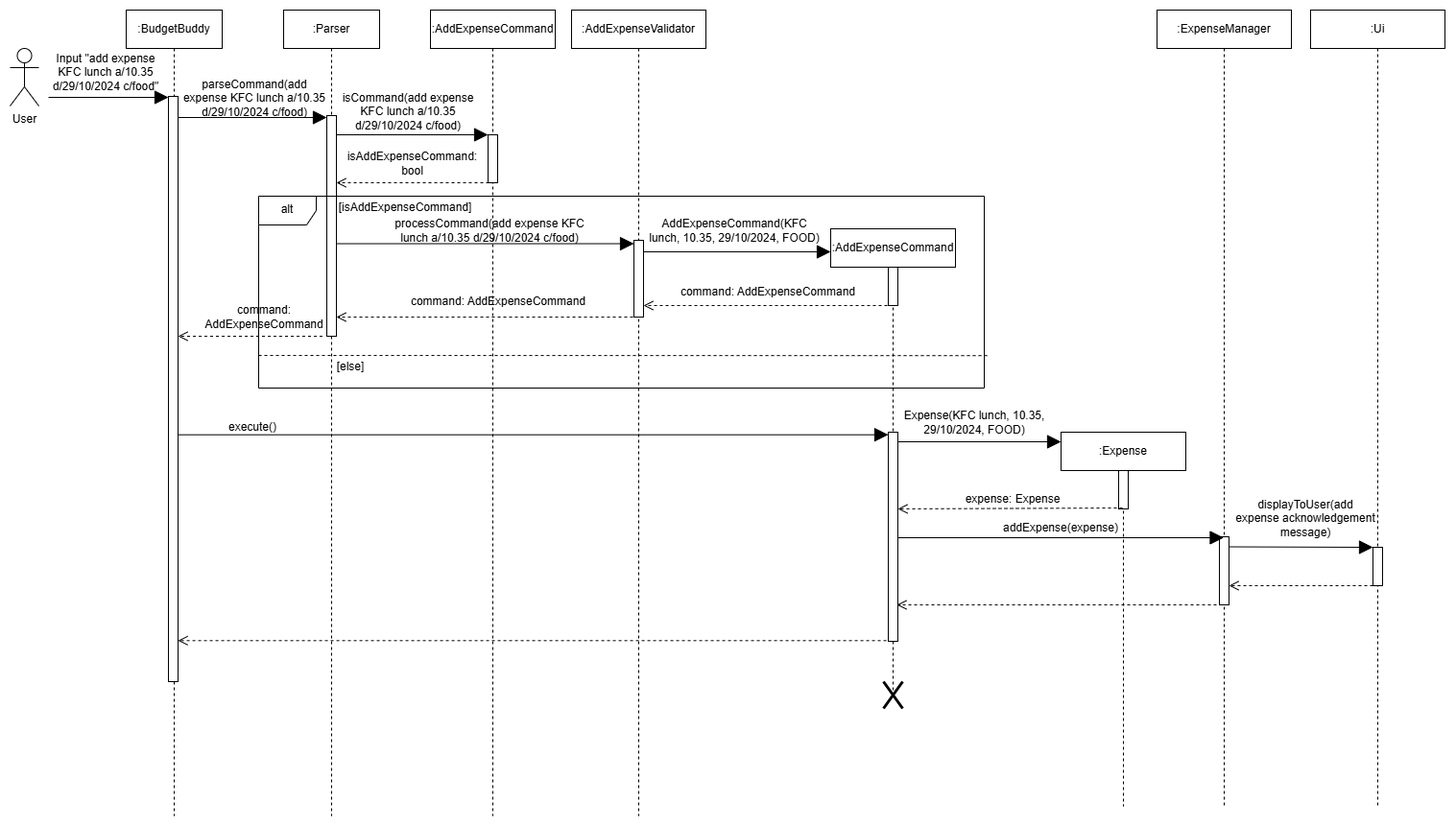
This is docs/diagrams/AddExpenseSequenceDiagram.drawio.png from telferang/tp, a draw.io export, as it was before one commit. Source tidied: cells renumbered, new cells last; positions are measured from the earlier drawing's top-left corner, leaving out a move shared by most shapes.
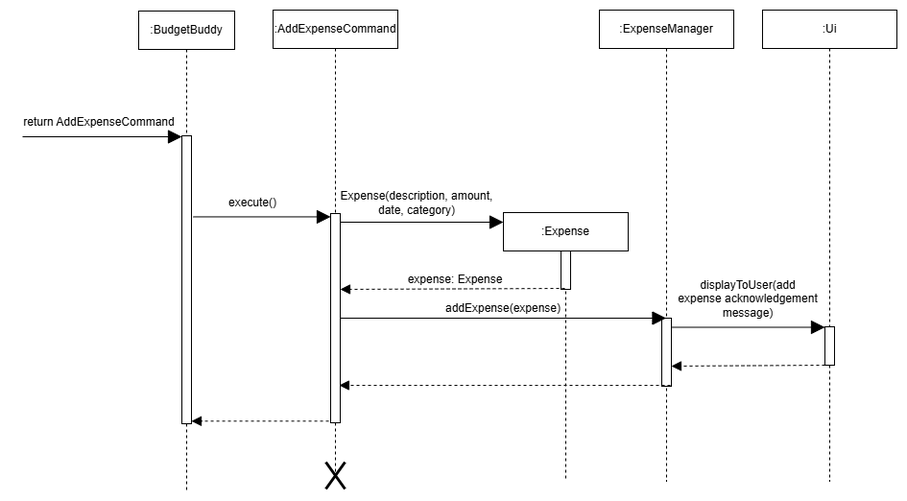
After the change.

Diff of the diagram source:
```diff
@@ -3,208 +3,101 @@
     <mxCell id="0" />
     <mxCell id="1" parent="0" />
     <mxCell id="2" value=":BudgetBuddy" style="shape=umlLifeline;perimeter=lifelinePerimeter;whiteSpace=wrap;html=1;newEdgeStyle={&quot;edgeStyle&quot;:&quot;elbowEdgeStyle&quot;,&quot;elbow&quot;:&quot;vertical&quot;,&quot;curved&quot;:0,&quot;rounded&quot;:0};" parent="1" vertex="1">
-      <mxGeometry x="121" width="100" height="840" as="geometry" />
+      <mxGeometry x="715" y="230" width="100" height="500" as="geometry" />
     </mxCell>
-    <mxCell id="3" style="html=1;points=[[0,0,0,0,5],[0,1,0,0,-5],[1,0,0,0,5],[1,1,0,0,-5]];perimeter=orthogonalPerimeter;outlineConnect=0;targetShapes=umlLifeline;portConstraint=eastwest;newEdgeStyle={&quot;curved&quot;:0,&quot;rounded&quot;:0};" parent="2" vertex="1">
-      <mxGeometry x="44" y="90" width="10" height="610" as="geometry" />
-    </mxCell>
-    <mxCell id="4" style="endArrow=block;endFill=1;endSize=12;html=1;rounded=0;" parent="1" edge="1">
-      <mxGeometry relative="1" as="geometry">
-        <mxPoint x="40" y="91" as="sourcePoint" />
-        <mxPoint x="165" y="91" as="targetPoint" />
-      </mxGeometry>
-    </mxCell>
-    <mxCell id="5" value="&lt;font style=&quot;font-size: 12px;&quot;&gt;Input &quot;add expense KFC lunch a/10.35 d/29/10/2024 c/food&quot;&lt;/font&gt;" style="text;strokeColor=none;align=center;fillColor=none;html=1;verticalAlign=middle;whiteSpace=wrap;rounded=0;" parent="1" vertex="1">
-      <mxGeometry x="40" y="50" width="120" height="30" as="geometry" />
-    </mxCell>
-    <mxCell id="6" value=":Parser" style="shape=umlLifeline;perimeter=lifelinePerimeter;whiteSpace=wrap;html=1;newEdgeStyle={&quot;edgeStyle&quot;:&quot;elbowEdgeStyle&quot;,&quot;elbow&quot;:&quot;vertical&quot;,&quot;curved&quot;:0,&quot;rounded&quot;:0};" parent="1" vertex="1">
-      <mxGeometry x="285" width="100" height="840" as="geometry" />
-    </mxCell>
-    <mxCell id="7" style="html=1;points=[[0,0,0,0,5],[0,1,0,0,-5],[1,0,0,0,5],[1,1,0,0,-5]];perimeter=orthogonalPerimeter;outlineConnect=0;targetShapes=umlLifeline;portConstraint=eastwest;newEdgeStyle={&quot;curved&quot;:0,&quot;rounded&quot;:0};" parent="6" vertex="1">
-      <mxGeometry x="45" y="110" width="10" height="230" as="geometry" />
-    </mxCell>
-    <mxCell id="8" value=":AddExpenseCommand" style="shape=umlLifeline;perimeter=lifelinePerimeter;whiteSpace=wrap;html=1;newEdgeStyle={&quot;edgeStyle&quot;:&quot;elbowEdgeStyle&quot;,&quot;elbow&quot;:&quot;vertical&quot;,&quot;curved&quot;:0,&quot;rounded&quot;:0};" parent="1" vertex="1">
-      <mxGeometry x="438" width="130" height="840" as="geometry" />
-    </mxCell>
-    <mxCell id="9" style="html=1;points=[[0,0,0,0,5],[0,1,0,0,-5],[1,0,0,0,5],[1,1,0,0,-5]];perimeter=orthogonalPerimeter;outlineConnect=0;targetShapes=umlLifeline;portConstraint=eastwest;newEdgeStyle={&quot;curved&quot;:0,&quot;rounded&quot;:0};" parent="8" vertex="1">
-      <mxGeometry x="60" y="130" width="10" height="50" as="geometry" />
-    </mxCell>
-    <mxCell id="10" value=":AddExpenseValidator" style="shape=umlLifeline;perimeter=lifelinePerimeter;whiteSpace=wrap;html=1;newEdgeStyle={&quot;edgeStyle&quot;:&quot;elbowEdgeStyle&quot;,&quot;elbow&quot;:&quot;vertical&quot;,&quot;curved&quot;:0,&quot;rounded&quot;:0};" parent="1" vertex="1">
-      <mxGeometry x="585" width="140" height="840" as="geometry" />
-    </mxCell>
-    <mxCell id="11" style="html=1;points=[[0,0,0,0,5],[0,1,0,0,-5],[1,0,0,0,5],[1,1,0,0,-5]];perimeter=orthogonalPerimeter;outlineConnect=0;targetShapes=umlLifeline;portConstraint=eastwest;newEdgeStyle={&quot;curved&quot;:0,&quot;rounded&quot;:0};" parent="10" vertex="1">
-      <mxGeometry x="65" y="240" width="10" height="80" as="geometry" />
-    </mxCell>
-    <mxCell id="12" style="endArrow=block;endFill=1;endSize=12;html=1;rounded=0;" parent="1" edge="1" target="7">
-      <mxGeometry relative="1" as="geometry">
-        <mxPoint x="175" y="112" as="sourcePoint" />
-      </mxGeometry>
-    </mxCell>
-    <mxCell id="13" value="parseCommand(add expense KFC lunch a/10.35 d/29/10/2024 c/food)" style="text;strokeColor=none;align=center;fillColor=none;html=1;verticalAlign=middle;whiteSpace=wrap;rounded=0;" parent="1" vertex="1">
-      <mxGeometry x="175" y="70" width="160" height="44" as="geometry" />
-    </mxCell>
-    <mxCell id="14" value="User" style="shape=umlActor;verticalLabelPosition=bottom;verticalAlign=top;html=1;" parent="1" vertex="1">
-      <mxGeometry y="40" width="30" height="60" as="geometry" />
-    </mxCell>
-    <mxCell id="15" style="endArrow=block;endFill=1;endSize=12;html=1;rounded=0;" parent="1" edge="1" target="9">
-      <mxGeometry relative="1" as="geometry">
-        <mxPoint x="340" y="130" as="sourcePoint" />
-      </mxGeometry>
-    </mxCell>
-    <mxCell id="16" value="isCommand(add expense KFC lunch a/10.35 d/29/10/2024 c/food)" style="text;strokeColor=none;align=center;fillColor=none;html=1;verticalAlign=middle;whiteSpace=wrap;rounded=0;" parent="1" vertex="1">
-      <mxGeometry x="335" y="84" width="160" height="44" as="geometry" />
-    </mxCell>
-    <mxCell id="17" style="endArrow=open;startArrow=none;endFill=0;startFill=0;endSize=8;html=1;verticalAlign=bottom;dashed=1;labelBackgroundColor=none;rounded=0;" parent="1" edge="1" target="7">
-      <mxGeometry relative="1" as="geometry">
-        <mxPoint x="499" y="180" as="sourcePoint" />
-      </mxGeometry>
-    </mxCell>
-    <mxCell id="18" value="isAddExpenseCommand: bool" style="text;strokeColor=none;align=center;fillColor=none;html=1;verticalAlign=middle;whiteSpace=wrap;rounded=0;" parent="1" vertex="1">
-      <mxGeometry x="347" y="150" width="145" height="20" as="geometry" />
-    </mxCell>
-    <mxCell id="19" value="alt" style="shape=umlFrame;whiteSpace=wrap;html=1;" parent="1" vertex="1">
-      <mxGeometry x="259" y="194" width="756" height="200" as="geometry" />
-    </mxCell>
-    <mxCell id="20" value="[isAddExpenseCommand]" style="text;strokeColor=none;align=center;fillColor=none;html=1;verticalAlign=middle;whiteSpace=wrap;rounded=0;" parent="1" vertex="1">
-      <mxGeometry x="332" y="184" width="160" height="44" as="geometry" />
-    </mxCell>
-    <mxCell id="21" style="endArrow=block;endFill=1;endSize=12;html=1;rounded=0;" parent="1" edge="1">
-      <mxGeometry relative="1" as="geometry">
-        <mxPoint x="341" y="243.5" as="sourcePoint" />
-        <mxPoint x="650" y="243.5" as="targetPoint" />
-      </mxGeometry>
-    </mxCell>
-    <mxCell id="22" value="processCommand(add expense KFC lunch a/10.35 d/29/10/2024 c/food)" style="text;strokeColor=none;align=center;fillColor=none;html=1;verticalAlign=middle;whiteSpace=wrap;rounded=0;" parent="1" vertex="1">
-      <mxGeometry x="385" y="208" width="230" height="44" as="geometry" />
-    </mxCell>
+    <mxCell id="56" style="html=1;points=[[0,0,0,0,5],[0,1,0,0,-5],[1,0,0,0,5],[1,1,0,0,-5]];perimeter=orthogonalPerimeter;outlineConnect=0;targetShapes=umlLifeline;portConstraint=eastwest;newEdgeStyle={&quot;curved&quot;:0,&quot;rounded&quot;:0};" parent="2" vertex="1">
+      <mxGeometry x="45" y="130" width="10" height="300" as="geometry" />
+    </mxCell>
+    <mxCell id="57" style="endArrow=block;endFill=1;endSize=12;html=1;rounded=0;exitX=0;exitY=1;exitDx=0;exitDy=0;" parent="1" edge="1" source="58">
+      <mxGeometry relative="1" as="geometry">
+        <mxPoint x="760" y="361" as="targetPoint" />
+      </mxGeometry>
+    </mxCell>
+    <mxCell id="58" value="&lt;font style=&quot;font-size: 12px;&quot;&gt;return AddExpenseCommand&lt;/font&gt;" style="text;strokeColor=none;align=center;fillColor=none;html=1;verticalAlign=middle;whiteSpace=wrap;rounded=0;" parent="1" vertex="1">
+      <mxGeometry x="594" y="331" width="160" height="30" as="geometry" />
+    </mxCell>
     <mxCell id="23" value=":AddExpenseCommand" style="shape=umlLifeline;perimeter=lifelinePerimeter;whiteSpace=wrap;html=1;newEdgeStyle={&quot;edgeStyle&quot;:&quot;elbowEdgeStyle&quot;,&quot;elbow&quot;:&quot;vertical&quot;,&quot;curved&quot;:0,&quot;rounded&quot;:0};size=40;" parent="1" vertex="1">
-      <mxGeometry x="855" y="228" width="130" height="482" as="geometry" />
+      <mxGeometry x="855" y="229" width="130" height="482" as="geometry" />
     </mxCell>
-    <mxCell id="24" style="html=1;perimeter=orthogonalPerimeter;targetShapes=umlLifeline;newEdgeStyle={&quot;curved&quot;:0,&quot;rounded&quot;:0};" parent="23" vertex="1">
-      <mxGeometry x="60" y="40" width="10" height="40" as="geometry" />
-    </mxCell>
     <mxCell id="25" style="html=1;points=[[0,0,0,0,5],[0,1,0,0,-5],[1,0,0,0,5],[1,1,0,0,-5]];perimeter=orthogonalPerimeter;outlineConnect=0;targetShapes=umlLifeline;portConstraint=eastwest;newEdgeStyle={&quot;curved&quot;:0,&quot;rounded&quot;:0};" parent="23" vertex="1">
       <mxGeometry x="60" y="212" width="10" height="218" as="geometry" />
     </mxCell>
-    <mxCell id="26" style="endArrow=block;endFill=1;endSize=12;html=1;rounded=0;" parent="1" edge="1" source="11">
-      <mxGeometry relative="1" as="geometry">
-        <mxPoint x="855" y="252" as="targetPoint" />
-      </mxGeometry>
-    </mxCell>
-    <mxCell id="27" value="AddExpenseCommand(KFC lunch, 10.35, 29/10/2024, FOOD)" style="text;strokeColor=none;align=center;fillColor=none;html=1;verticalAlign=middle;whiteSpace=wrap;rounded=0;" parent="1" vertex="1">
-      <mxGeometry x="665" y="210.2" width="180" height="39.5" as="geometry" />
-    </mxCell>
-    <mxCell id="28" style="endArrow=open;startArrow=none;endFill=0;startFill=0;endSize=8;html=1;verticalAlign=bottom;dashed=1;labelBackgroundColor=none;rounded=0;" parent="1" edge="1">
-      <mxGeometry relative="1" as="geometry">
-        <mxPoint x="914" y="308" as="sourcePoint" />
-        <mxPoint x="660" y="308" as="targetPoint" />
-      </mxGeometry>
-    </mxCell>
-    <mxCell id="29" style="endArrow=open;startArrow=none;endFill=0;startFill=0;endSize=8;html=1;verticalAlign=bottom;dashed=1;labelBackgroundColor=none;rounded=0;" parent="1" edge="1" target="7">
-      <mxGeometry relative="1" as="geometry">
-        <mxPoint x="649" y="320" as="sourcePoint" />
-      </mxGeometry>
-    </mxCell>
-    <mxCell id="30" value="command: AddExpenseCommand" style="text;strokeColor=none;align=center;fillColor=none;html=1;verticalAlign=middle;whiteSpace=wrap;rounded=0;" parent="1" vertex="1">
-      <mxGeometry x="695" y="274.2" width="190" height="39.5" as="geometry" />
-    </mxCell>
-    <mxCell id="31" value="command: AddExpenseCommand" style="text;strokeColor=none;align=center;fillColor=none;html=1;verticalAlign=middle;whiteSpace=wrap;rounded=0;" parent="1" vertex="1">
-      <mxGeometry x="413" y="284.2" width="192" height="39.5" as="geometry" />
-    </mxCell>
-    <mxCell id="32" style="endArrow=open;startArrow=none;endFill=0;startFill=0;endSize=8;html=1;verticalAlign=bottom;dashed=1;labelBackgroundColor=none;rounded=0;" parent="1" edge="1" target="3">
-      <mxGeometry relative="1" as="geometry">
-        <mxPoint x="325.5" y="340" as="sourcePoint" />
-      </mxGeometry>
-    </mxCell>
-    <mxCell id="33" value="command: AddExpenseCommand" style="text;strokeColor=none;align=center;fillColor=none;html=1;verticalAlign=middle;whiteSpace=wrap;rounded=0;" parent="1" vertex="1">
-      <mxGeometry x="185" y="300" width="160" height="39.5" as="geometry" />
-    </mxCell>
-    <mxCell id="34" style="endArrow=block;endFill=1;endSize=12;html=1;rounded=0;" parent="1" edge="1" target="25">
-      <mxGeometry relative="1" as="geometry">
-        <mxPoint x="174.7" y="442.7" as="sourcePoint" />
-      </mxGeometry>
-    </mxCell>
+    <mxCell id="59" style="endArrow=block;endFill=1;endSize=12;html=1;rounded=0;exitX=0.113;exitY=1.222;exitDx=0;exitDy=0;exitPerimeter=0;" parent="1" edge="1" source="35" target="25">
+      <mxGeometry relative="1" as="geometry" />
+    </mxCell>
     <mxCell id="35" value="execute()" style="text;strokeColor=none;align=center;fillColor=none;html=1;verticalAlign=middle;whiteSpace=wrap;rounded=0;" parent="1" vertex="1">
-      <mxGeometry x="173" y="425" width="160" height="20" as="geometry" />
+      <mxGeometry x="754" y="420" width="160" height="20" as="geometry" />
     </mxCell>
     <mxCell id="36" value=":Expense" style="shape=umlLifeline;perimeter=lifelinePerimeter;whiteSpace=wrap;html=1;newEdgeStyle={&quot;edgeStyle&quot;:&quot;elbowEdgeStyle&quot;,&quot;elbow&quot;:&quot;vertical&quot;,&quot;curved&quot;:0,&quot;rounded&quot;:0};size=40;" parent="1" vertex="1">
-      <mxGeometry x="1095" y="440" width="130" height="390" as="geometry" />
+      <mxGeometry x="1095" y="440" width="130" height="280" as="geometry" />
     </mxCell>
-    <mxCell id="37" style="html=1;perimeter=orthogonalPerimeter;targetShapes=umlLifeline;newEdgeStyle={&quot;curved&quot;:0,&quot;rounded&quot;:0};" parent="36" vertex="1">
-      <mxGeometry x="60" y="40" width="10" height="40" as="geometry" />
-    </mxCell>
-    <mxCell id="38" value="Expense(KFC lunch, 10.35, 29/10/2024, FOOD)" style="text;strokeColor=none;align=center;fillColor=none;html=1;verticalAlign=middle;whiteSpace=wrap;rounded=0;" parent="1" vertex="1">
-      <mxGeometry x="915" y="410.5" width="180" height="39.5" as="geometry" />
-    </mxCell>
-    <mxCell id="39" style="endArrow=block;endFill=1;endSize=12;html=1;rounded=0;" parent="1" edge="1">
-      <mxGeometry relative="1" as="geometry">
-        <mxPoint x="925" y="450" as="sourcePoint" />
-        <mxPoint x="1095" y="450" as="targetPoint" />
-      </mxGeometry>
-    </mxCell>
-    <mxCell id="40" style="endArrow=open;startArrow=none;endFill=0;startFill=0;endSize=8;html=1;verticalAlign=bottom;dashed=1;labelBackgroundColor=none;rounded=0;" parent="1" edge="1">
-      <mxGeometry relative="1" as="geometry">
-        <mxPoint x="1159" y="519" as="sourcePoint" />
-        <mxPoint x="925" y="520" as="targetPoint" />
-      </mxGeometry>
-    </mxCell>
+    <mxCell id="60" style="html=1;perimeter=orthogonalPerimeter;targetShapes=umlLifeline;newEdgeStyle={&quot;curved&quot;:0,&quot;rounded&quot;:0};" parent="36" vertex="1">
+      <mxGeometry x="60" y="40" width="10" height="40" as="geometry" />
+    </mxCell>
+    <mxCell id="61" value="Expense(description, amount, date, category)" style="text;strokeColor=none;align=center;fillColor=none;html=1;verticalAlign=middle;whiteSpace=wrap;rounded=0;" parent="1" vertex="1">
+      <mxGeometry x="915" y="410.5" width="180" height="39.5" as="geometry" />
+    </mxCell>
+    <mxCell id="62" style="endArrow=block;endFill=1;endSize=12;html=1;rounded=0;" parent="1" edge="1">
+      <mxGeometry relative="1" as="geometry">
+        <mxPoint x="925" y="450" as="sourcePoint" />
+        <mxPoint x="1095" y="450" as="targetPoint" />
+      </mxGeometry>
+    </mxCell>
+    <mxCell id="63" style="endArrow=block;startArrow=none;endFill=1;startFill=0;endSize=8;html=1;verticalAlign=bottom;dashed=1;labelBackgroundColor=none;rounded=0;" parent="1" edge="1">
+      <mxGeometry relative="1" as="geometry">
+        <mxPoint x="1159" y="519" as="sourcePoint" />
+        <mxPoint x="925" y="520" as="targetPoint" />
+      </mxGeometry>
+    </mxCell>
     <mxCell id="41" value="expense: Expense" style="text;strokeColor=none;align=center;fillColor=none;html=1;verticalAlign=middle;whiteSpace=wrap;rounded=0;" parent="1" vertex="1">
       <mxGeometry x="955" y="500" width="180" height="20" as="geometry" />
     </mxCell>
     <mxCell id="42" value=":ExpenseManager" style="shape=umlLifeline;perimeter=lifelinePerimeter;whiteSpace=wrap;html=1;outlineConnect=0;portConstraint=eastwest;newEdgeStyle={&quot;edgeStyle&quot;:&quot;elbowEdgeStyle&quot;,&quot;elbow&quot;:&quot;vertical&quot;,&quot;curved&quot;:0,&quot;rounded&quot;:0};" parent="1" vertex="1">
-      <mxGeometry x="1195" width="140" height="830" as="geometry" />
+      <mxGeometry x="1195" y="229" width="140" height="491" as="geometry" />
     </mxCell>
-    <mxCell id="43" style="html=1;perimeter=orthogonalPerimeter;targetShapes=umlLifeline;newEdgeStyle={&quot;curved&quot;:0,&quot;rounded&quot;:0};" parent="42" vertex="1">
-      <mxGeometry x="65" y="549" width="10" height="71" as="geometry" />
-    </mxCell>
-    <mxCell id="44" style="endArrow=block;endFill=1;endSize=12;html=1;rounded=0;" parent="1" edge="1" target="42">
-      <mxGeometry relative="1" as="geometry">
-        <mxPoint x="925" y="550" as="sourcePoint" />
-      </mxGeometry>
-    </mxCell>
+    <mxCell id="64" style="html=1;perimeter=orthogonalPerimeter;targetShapes=umlLifeline;newEdgeStyle={&quot;curved&quot;:0,&quot;rounded&quot;:0};" parent="42" vertex="1">
+      <mxGeometry x="65" y="321" width="10" height="71" as="geometry" />
+    </mxCell>
+    <mxCell id="65" style="endArrow=block;endFill=1;endSize=12;html=1;rounded=0;" parent="1" edge="1" target="42">
+      <mxGeometry relative="1" as="geometry">
+        <mxPoint x="925" y="550" as="sourcePoint" />
+      </mxGeometry>
+    </mxCell>
     <mxCell id="45" value="addExpense(expense)" style="text;strokeColor=none;align=center;fillColor=none;html=1;verticalAlign=middle;whiteSpace=wrap;rounded=0;" parent="1" vertex="1">
       <mxGeometry x="945" y="520" width="300" height="39.5" as="geometry" />
     </mxCell>
     <mxCell id="46" value=":Ui" style="shape=umlLifeline;perimeter=lifelinePerimeter;whiteSpace=wrap;html=1;newEdgeStyle={&quot;edgeStyle&quot;:&quot;elbowEdgeStyle&quot;,&quot;elbow&quot;:&quot;vertical&quot;,&quot;curved&quot;:0,&quot;rounded&quot;:0};" parent="1" vertex="1">
-      <mxGeometry x="1355" width="140" height="830" as="geometry" />
+      <mxGeometry x="1365" y="229" width="140" height="491" as="geometry" />
     </mxCell>
-    <mxCell id="47" style="html=1;points=[[0,0,0,0,5],[0,1,0,0,-5],[1,0,0,0,5],[1,1,0,0,-5]];perimeter=orthogonalPerimeter;outlineConnect=0;targetShapes=umlLifeline;portConstraint=eastwest;newEdgeStyle={&quot;curved&quot;:0,&quot;rounded&quot;:0};" parent="46" vertex="1">
-      <mxGeometry x="65" y="560" width="10" height="40" as="geometry" />
-    </mxCell>
-    <mxCell id="48" style="endArrow=block;endFill=1;endSize=12;html=1;rounded=0;" parent="1" edge="1" target="47">
-      <mxGeometry relative="1" as="geometry">
-        <mxPoint x="1270" y="559.5" as="sourcePoint" />
-      </mxGeometry>
-    </mxCell>
+    <mxCell id="66" style="html=1;points=[[0,0,0,0,5],[0,1,0,0,-5],[1,0,0,0,5],[1,1,0,0,-5]];perimeter=orthogonalPerimeter;outlineConnect=0;targetShapes=umlLifeline;portConstraint=eastwest;newEdgeStyle={&quot;curved&quot;:0,&quot;rounded&quot;:0};" parent="46" vertex="1">
+      <mxGeometry x="65" y="330" width="10" height="40" as="geometry" />
+    </mxCell>
+    <mxCell id="67" style="endArrow=block;endFill=1;endSize=12;html=1;rounded=0;" parent="1" edge="1" target="66">
+      <mxGeometry relative="1" as="geometry">
+        <mxPoint x="1270" y="559.5" as="sourcePoint" />
+      </mxGeometry>
+    </mxCell>
     <mxCell id="49" value="displayToUser(add expense acknowledgement message)" style="text;strokeColor=none;align=center;fillColor=none;html=1;verticalAlign=middle;whiteSpace=wrap;rounded=0;" parent="1" vertex="1">
       <mxGeometry x="1275" y="510" width="150" height="39.5" as="geometry" />
     </mxCell>
-    <mxCell id="50" style="endArrow=open;startArrow=none;endFill=0;startFill=0;endSize=8;html=1;verticalAlign=bottom;dashed=1;labelBackgroundColor=none;rounded=0;" parent="1" edge="1" source="47">
-      <mxGeometry relative="1" as="geometry">
-        <mxPoint x="1270" y="600" as="targetPoint" />
-      </mxGeometry>
-    </mxCell>
-    <mxCell id="51" style="endArrow=open;startArrow=none;endFill=0;startFill=0;endSize=8;html=1;verticalAlign=bottom;dashed=1;labelBackgroundColor=none;rounded=0;" parent="1" edge="1">
-      <mxGeometry relative="1" as="geometry">
-        <mxPoint x="1269" y="620" as="sourcePoint" />
-        <mxPoint x="923.9" y="620" as="targetPoint" />
-      </mxGeometry>
-    </mxCell>
+    <mxCell id="68" style="endArrow=block;startArrow=none;endFill=1;startFill=0;endSize=8;html=1;verticalAlign=bottom;dashed=1;labelBackgroundColor=none;rounded=0;" parent="1" edge="1" source="66">
+      <mxGeometry relative="1" as="geometry">
+        <mxPoint x="1270" y="600" as="targetPoint" />
+      </mxGeometry>
+    </mxCell>
+    <mxCell id="69" style="endArrow=block;startArrow=none;endFill=1;startFill=0;endSize=8;html=1;verticalAlign=bottom;dashed=1;labelBackgroundColor=none;rounded=0;" parent="1" edge="1">
+      <mxGeometry relative="1" as="geometry">
+        <mxPoint x="1269" y="620" as="sourcePoint" />
+        <mxPoint x="923.9" y="620" as="targetPoint" />
+      </mxGeometry>
+    </mxCell>
     <mxCell id="52" style="shape=umlDestroy;whiteSpace=wrap;html=1;strokeWidth=3;targetShapes=umlLifeline;" parent="1" vertex="1">
       <mxGeometry x="910" y="700" width="20" height="28" as="geometry" />
     </mxCell>
-    <mxCell id="53" style="endArrow=open;startArrow=none;endFill=0;startFill=0;endSize=8;html=1;verticalAlign=bottom;dashed=1;labelBackgroundColor=none;rounded=0;" parent="1" edge="1" target="3">
-      <mxGeometry relative="1" as="geometry">
-        <mxPoint x="913.1" y="657.3" as="sourcePoint" />
-      </mxGeometry>
-    </mxCell>
-    <mxCell id="54" style="endArrow=none;dashed=1;html=1;rounded=0;entryX=1.005;entryY=0.831;entryDx=0;entryDy=0;entryPerimeter=0;" parent="1" edge="1" target="19">
-      <mxGeometry relative="1" as="geometry">
-        <mxPoint x="259" y="360" as="sourcePoint" />
-      </mxGeometry>
-    </mxCell>
-    <mxCell id="55" value="[else]" style="text;strokeColor=none;align=center;fillColor=none;html=1;verticalAlign=middle;whiteSpace=wrap;rounded=0;" parent="1" vertex="1">
-      <mxGeometry x="335" y="350" width="40" height="44" as="geometry" />
-    </mxCell>
+    <mxCell id="70" style="endArrow=block;startArrow=none;endFill=1;startFill=0;endSize=8;html=1;verticalAlign=bottom;dashed=1;labelBackgroundColor=none;rounded=0;" parent="1" edge="1" target="56">
+      <mxGeometry relative="1" as="geometry">
+        <mxPoint x="913.1" y="657.3" as="sourcePoint" />
+      </mxGeometry>
+    </mxCell>
   </root>
 </mxGraphModel>
```
